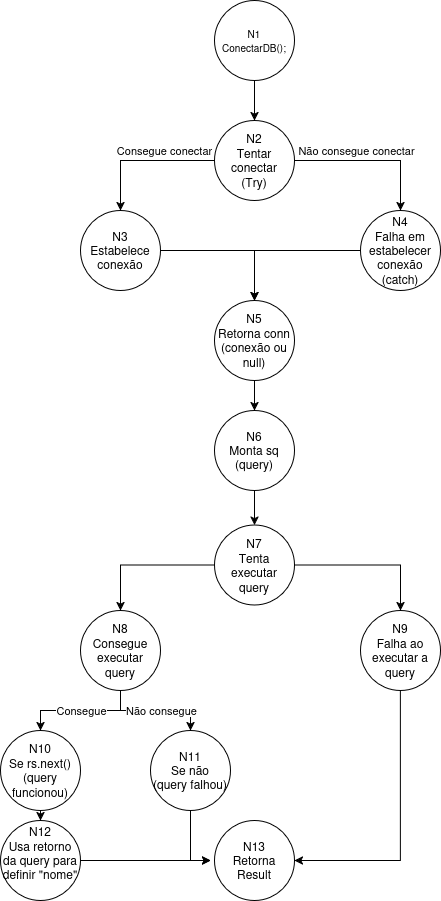
Above: images/Grafo_de_fluxo_UIUX.png in joaosalazarr/UIUX_CaixaBranca (draw.io), before the change. Source tidied: cells renumbered, new cells last; positions are measured from the earlier drawing's top-left corner, leaving out a move shared by most shapes. Its diagram source:
```xml
<mxGraphModel>
  <root>
    <mxCell id="0" />
    <mxCell id="1" parent="0" />
    <mxCell id="2" style="edgeStyle=orthogonalEdgeStyle;rounded=0;jettySize=auto;html=1;" parent="1" edge="1" source="3" target="8">
      <mxGeometry relative="1" as="geometry" />
    </mxCell>
    <mxCell id="3" value="&lt;div&gt;&lt;font style=&quot;font-size: 10px;&quot;&gt;N1&lt;/font&gt;&lt;/div&gt;&lt;div&gt;&lt;font style=&quot;font-size: 10px;&quot;&gt;ConectarDB();&lt;/font&gt;&lt;/div&gt;" style="ellipse;whiteSpace=wrap;html=1;" parent="1" vertex="1">
      <mxGeometry x="214" width="80" height="80" as="geometry" />
    </mxCell>
    <mxCell id="4" style="edgeStyle=orthogonalEdgeStyle;rounded=0;jettySize=auto;html=1;" parent="1" edge="1" source="8" target="10">
      <mxGeometry relative="1" as="geometry" />
    </mxCell>
    <mxCell id="5" value="&lt;div&gt;Consegue conectar&lt;/div&gt;" style="edgeLabel;html=1;align=center;verticalAlign=middle;" parent="4" vertex="1">
      <mxGeometry x="-0.31" y="-3" relative="1" as="geometry">
        <mxPoint y="-7" as="offset" />
      </mxGeometry>
    </mxCell>
    <mxCell id="6" style="edgeStyle=orthogonalEdgeStyle;rounded=0;jettySize=auto;html=1;" parent="1" edge="1" source="8" target="12">
      <mxGeometry relative="1" as="geometry" />
    </mxCell>
    <mxCell id="7" value="&lt;div&gt;Não consegue conectar&lt;/div&gt;" style="edgeLabel;html=1;align=center;verticalAlign=middle;" parent="6" vertex="1">
      <mxGeometry x="-0.12" y="2" relative="1" as="geometry">
        <mxPoint x="-7" y="-8" as="offset" />
      </mxGeometry>
    </mxCell>
    <mxCell id="8" value="&lt;div&gt;N2&lt;/div&gt;&lt;div&gt;Tentar conectar&lt;/div&gt;&lt;div&gt;(Try)&lt;/div&gt;" style="ellipse;whiteSpace=wrap;html=1;" parent="1" vertex="1">
      <mxGeometry x="214" y="120" width="80" height="80" as="geometry" />
    </mxCell>
    <mxCell id="9" style="edgeStyle=orthogonalEdgeStyle;rounded=0;jettySize=auto;html=1;" parent="1" edge="1" source="10" target="14">
      <mxGeometry relative="1" as="geometry" />
    </mxCell>
    <mxCell id="10" value="&lt;div&gt;N3&lt;/div&gt;&lt;div&gt;Estabelece conexão&lt;/div&gt;" style="ellipse;whiteSpace=wrap;html=1;" parent="1" vertex="1">
      <mxGeometry x="80" y="210" width="80" height="80" as="geometry" />
    </mxCell>
    <mxCell id="11" style="edgeStyle=orthogonalEdgeStyle;rounded=0;jettySize=auto;html=1;entryX=0.5;entryY=0;entryDx=0;entryDy=0;" parent="1" edge="1" source="12" target="14">
      <mxGeometry relative="1" as="geometry" />
    </mxCell>
    <mxCell id="12" value="&lt;div&gt;N4&lt;/div&gt;&lt;div&gt;Falha em estabelecer conexão&lt;/div&gt;&lt;div&gt;(catch)&lt;/div&gt;" style="ellipse;whiteSpace=wrap;html=1;" parent="1" vertex="1">
      <mxGeometry x="360" y="210" width="80" height="80" as="geometry" />
    </mxCell>
    <mxCell id="13" style="edgeStyle=orthogonalEdgeStyle;rounded=0;jettySize=auto;html=1;" parent="1" edge="1" source="14" target="16">
      <mxGeometry relative="1" as="geometry" />
    </mxCell>
    <mxCell id="14" value="&lt;div&gt;N5&lt;/div&gt;&lt;div&gt;Retorna conn&lt;/div&gt;&lt;div&gt;(conexão ou null)&lt;/div&gt;" style="ellipse;whiteSpace=wrap;html=1;" parent="1" vertex="1">
      <mxGeometry x="214" y="300" width="80" height="80" as="geometry" />
    </mxCell>
    <mxCell id="15" style="edgeStyle=orthogonalEdgeStyle;rounded=0;jettySize=auto;html=1;" parent="1" edge="1" source="16" target="19">
      <mxGeometry relative="1" as="geometry" />
    </mxCell>
    <mxCell id="16" value="&lt;div&gt;N6&lt;/div&gt;&lt;div&gt;Monta sq&lt;/div&gt;&lt;div&gt;(query)&lt;/div&gt;" style="ellipse;whiteSpace=wrap;html=1;" parent="1" vertex="1">
      <mxGeometry x="214" y="410" width="80" height="80" as="geometry" />
    </mxCell>
    <mxCell id="17" style="edgeStyle=orthogonalEdgeStyle;rounded=0;jettySize=auto;html=1;" parent="1" edge="1" source="19" target="24">
      <mxGeometry relative="1" as="geometry" />
    </mxCell>
    <mxCell id="18" style="edgeStyle=orthogonalEdgeStyle;rounded=0;jettySize=auto;html=1;" parent="1" edge="1" source="19" target="26">
      <mxGeometry relative="1" as="geometry" />
    </mxCell>
    <mxCell id="19" value="&lt;div&gt;N7&lt;/div&gt;&lt;div&gt;Tenta executar query&lt;/div&gt;" style="ellipse;whiteSpace=wrap;html=1;" parent="1" vertex="1">
      <mxGeometry x="214" y="524.5" width="80" height="80" as="geometry" />
    </mxCell>
    <mxCell id="20" style="edgeStyle=orthogonalEdgeStyle;rounded=0;jettySize=auto;html=1;" parent="1" edge="1" source="24" target="29">
      <mxGeometry relative="1" as="geometry" />
    </mxCell>
    <mxCell id="21" value="Consegue" style="edgeLabel;html=1;align=center;verticalAlign=middle;" parent="20" vertex="1">
      <mxGeometry x="0.06" relative="1" as="geometry">
        <mxPoint x="4" as="offset" />
      </mxGeometry>
    </mxCell>
    <mxCell id="22" style="edgeStyle=orthogonalEdgeStyle;rounded=0;jettySize=auto;html=1;" parent="1" edge="1" source="24" target="31">
      <mxGeometry relative="1" as="geometry" />
    </mxCell>
    <mxCell id="23" value="&lt;div&gt;Não consegue&lt;/div&gt;" style="edgeLabel;html=1;align=center;verticalAlign=middle;" parent="22" vertex="1">
      <mxGeometry x="-0.16" relative="1" as="geometry">
        <mxPoint x="14" as="offset" />
      </mxGeometry>
    </mxCell>
    <mxCell id="24" value="&lt;div&gt;N8&lt;/div&gt;&lt;div&gt;Consegue executar query&lt;/div&gt;" style="ellipse;whiteSpace=wrap;html=1;" parent="1" vertex="1">
      <mxGeometry x="80" y="610" width="80" height="80" as="geometry" />
    </mxCell>
    <mxCell id="25" style="edgeStyle=orthogonalEdgeStyle;rounded=0;jettySize=auto;html=1;exitX=0.5;exitY=1;exitDx=0;exitDy=0;" parent="1" edge="1" source="26" target="27">
      <mxGeometry relative="1" as="geometry">
        <Array as="points">
          <mxPoint x="400" y="860" />
        </Array>
      </mxGeometry>
    </mxCell>
    <mxCell id="26" value="&lt;div&gt;N9&lt;/div&gt;&lt;div&gt;Falha ao executar a query&lt;/div&gt;" style="ellipse;whiteSpace=wrap;html=1;" parent="1" vertex="1">
      <mxGeometry x="360" y="610" width="80" height="80" as="geometry" />
    </mxCell>
    <mxCell id="27" value="&lt;div&gt;N13&lt;/div&gt;&lt;div&gt;Retorna Result&lt;/div&gt;" style="ellipse;whiteSpace=wrap;html=1;" parent="1" vertex="1">
      <mxGeometry x="214" y="820" width="80" height="80" as="geometry" />
    </mxCell>
    <mxCell id="28" style="edgeStyle=orthogonalEdgeStyle;rounded=0;jettySize=auto;html=1;" parent="1" edge="1" source="29" target="33">
      <mxGeometry relative="1" as="geometry" />
    </mxCell>
    <mxCell id="29" value="&lt;div&gt;N10&lt;/div&gt;&lt;div&gt;Se rs.next()&lt;/div&gt;&lt;div&gt;(query funcionou)&lt;/div&gt;" style="ellipse;whiteSpace=wrap;html=1;" parent="1" vertex="1">
      <mxGeometry y="730" width="80" height="80" as="geometry" />
    </mxCell>
    <mxCell id="30" style="edgeStyle=orthogonalEdgeStyle;rounded=0;jettySize=auto;html=1;" parent="1" edge="1" source="31">
      <mxGeometry relative="1" as="geometry">
        <mxPoint x="210" y="860" as="targetPoint" />
        <Array as="points">
          <mxPoint x="190" y="860" />
        </Array>
      </mxGeometry>
    </mxCell>
    <mxCell id="31" value="&lt;div&gt;N11&lt;/div&gt;&lt;div&gt;Se não&lt;/div&gt;&lt;div&gt;(query falhou)&lt;/div&gt;" style="ellipse;whiteSpace=wrap;html=1;" parent="1" vertex="1">
      <mxGeometry x="150" y="730" width="80" height="80" as="geometry" />
    </mxCell>
    <mxCell id="32" style="edgeStyle=orthogonalEdgeStyle;rounded=0;jettySize=auto;html=1;" parent="1" edge="1" source="33">
      <mxGeometry relative="1" as="geometry">
        <mxPoint x="210" y="860" as="targetPoint" />
      </mxGeometry>
    </mxCell>
    <mxCell id="33" value="&lt;div&gt;N12&lt;/div&gt;&lt;div&gt;Usa retorno da query para definir &quot;nome&quot;&lt;/div&gt;&lt;div&gt;&lt;br&gt;&lt;/div&gt;" style="ellipse;whiteSpace=wrap;html=1;" parent="1" vertex="1">
      <mxGeometry y="820" width="80" height="80" as="geometry" />
    </mxCell>
  </root>
</mxGraphModel>
```
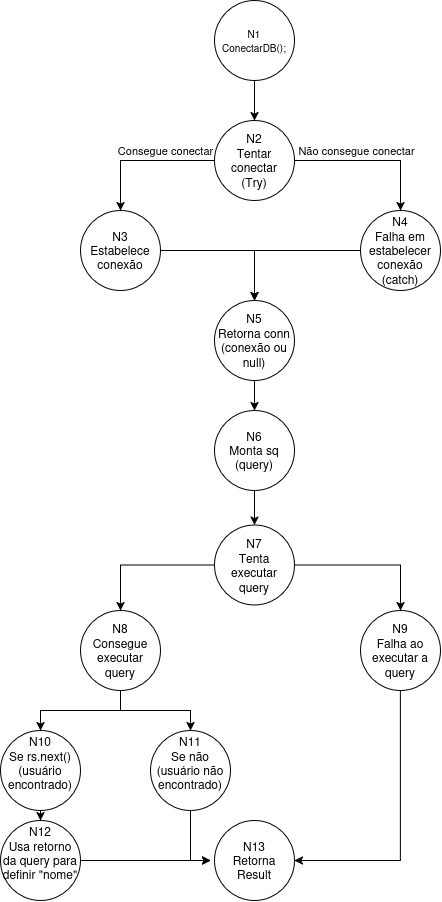
Above is the later version.

Commit message:
:memo: Atualiza README corretamente e atualiza arquivo de foto do grafo correto

The edit, as a diff of the source:
```diff
@@ -63,19 +63,9 @@
     <mxCell id="20" style="edgeStyle=orthogonalEdgeStyle;rounded=0;jettySize=auto;html=1;" parent="1" edge="1" source="24" target="29">
       <mxGeometry relative="1" as="geometry" />
     </mxCell>
-    <mxCell id="21" value="Consegue" style="edgeLabel;html=1;align=center;verticalAlign=middle;" parent="20" vertex="1">
-      <mxGeometry x="0.06" relative="1" as="geometry">
-        <mxPoint x="4" as="offset" />
-      </mxGeometry>
-    </mxCell>
     <mxCell id="22" style="edgeStyle=orthogonalEdgeStyle;rounded=0;jettySize=auto;html=1;" parent="1" edge="1" source="24" target="31">
       <mxGeometry relative="1" as="geometry" />
     </mxCell>
-    <mxCell id="23" value="&lt;div&gt;Não consegue&lt;/div&gt;" style="edgeLabel;html=1;align=center;verticalAlign=middle;" parent="22" vertex="1">
-      <mxGeometry x="-0.16" relative="1" as="geometry">
-        <mxPoint x="14" as="offset" />
-      </mxGeometry>
-    </mxCell>
     <mxCell id="24" value="&lt;div&gt;N8&lt;/div&gt;&lt;div&gt;Consegue executar query&lt;/div&gt;" style="ellipse;whiteSpace=wrap;html=1;" parent="1" vertex="1">
       <mxGeometry x="80" y="610" width="80" height="80" as="geometry" />
     </mxCell>
@@ -95,7 +85,7 @@
     <mxCell id="28" style="edgeStyle=orthogonalEdgeStyle;rounded=0;jettySize=auto;html=1;" parent="1" edge="1" source="29" target="33">
       <mxGeometry relative="1" as="geometry" />
     </mxCell>
-    <mxCell id="29" value="&lt;div&gt;N10&lt;/div&gt;&lt;div&gt;Se rs.next()&lt;/div&gt;&lt;div&gt;(query funcionou)&lt;/div&gt;" style="ellipse;whiteSpace=wrap;html=1;" parent="1" vertex="1">
+    <mxCell id="29" value="&lt;div&gt;N10&lt;/div&gt;&lt;div&gt;Se rs.next()&lt;/div&gt;&lt;div&gt;(usuário encontrado)&lt;/div&gt;&lt;div&gt;&lt;br&gt;&lt;/div&gt;" style="ellipse;whiteSpace=wrap;html=1;" parent="1" vertex="1">
       <mxGeometry y="730" width="80" height="80" as="geometry" />
     </mxCell>
     <mxCell id="30" style="edgeStyle=orthogonalEdgeStyle;rounded=0;jettySize=auto;html=1;" parent="1" edge="1" source="31">
@@ -106,7 +96,7 @@
         </Array>
       </mxGeometry>
     </mxCell>
-    <mxCell id="31" value="&lt;div&gt;N11&lt;/div&gt;&lt;div&gt;Se não&lt;/div&gt;&lt;div&gt;(query falhou)&lt;/div&gt;" style="ellipse;whiteSpace=wrap;html=1;" parent="1" vertex="1">
+    <mxCell id="31" value="&lt;div&gt;N11&lt;/div&gt;&lt;div&gt;Se não&lt;/div&gt;&lt;div&gt;(usuário não encontrado)&lt;/div&gt;&lt;div&gt;&lt;br&gt;&lt;/div&gt;" style="ellipse;whiteSpace=wrap;html=1;" parent="1" vertex="1">
       <mxGeometry x="150" y="730" width="80" height="80" as="geometry" />
     </mxCell>
     <mxCell id="32" style="edgeStyle=orthogonalEdgeStyle;rounded=0;jettySize=auto;html=1;" parent="1" edge="1" source="33">
```
